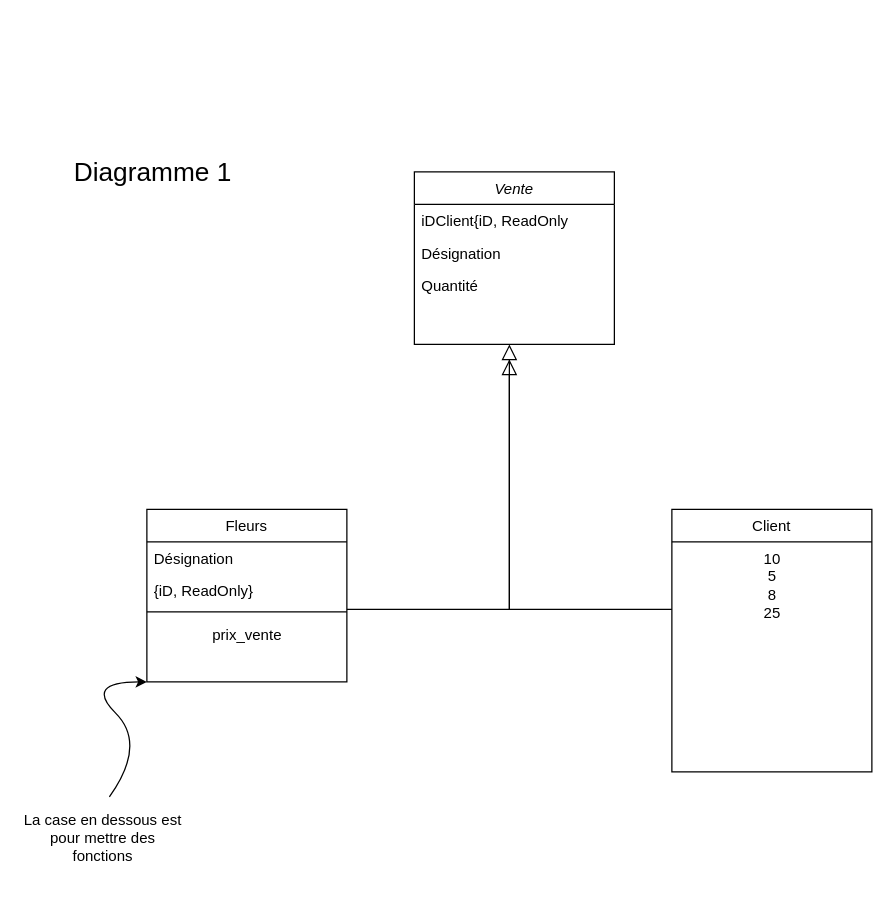
Above: Diagramme sans nom.drawio in LucasOtw/Site_Bonifacio (draw.io), before the change. Source tidied: cells renumbered, new cells numbered last; positions are measured from the earlier drawing's top-left corner, leaving out a move shared by most shapes. Both pictures are drawn from the tidied source at 125%, with x=0, y=0 at pixel (21, 21).
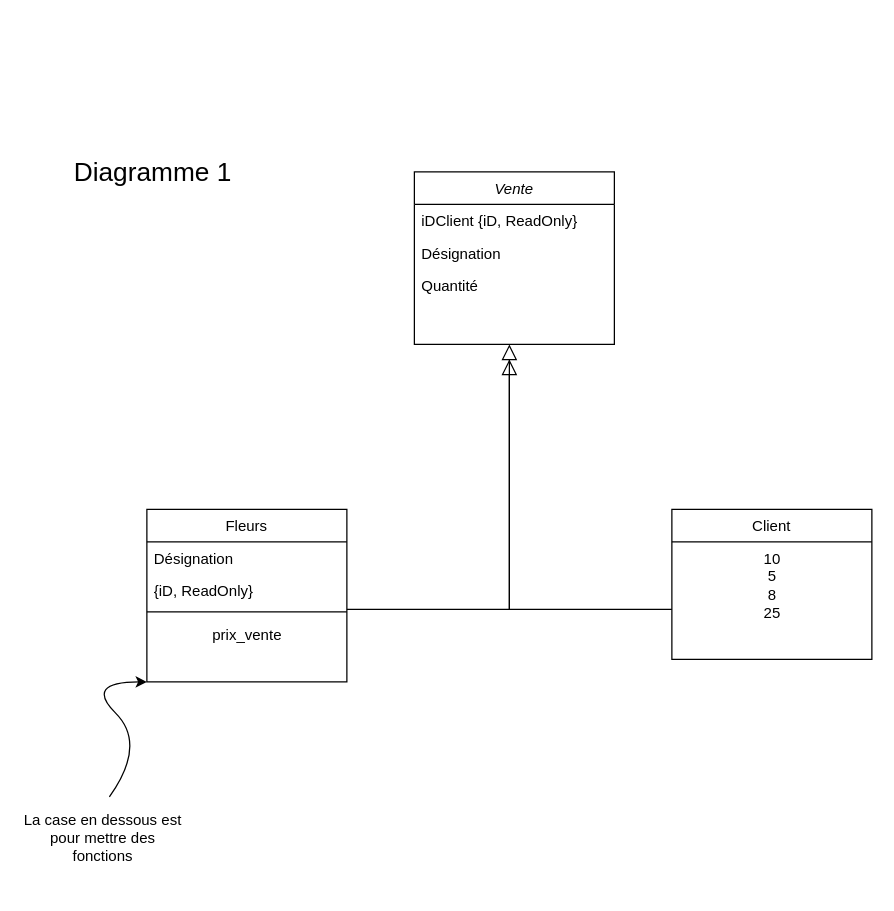
The same diagram, later.

Unchanged cells that the change refers to:
```xml
<mxCell id="2" value="Vente" style="swimlane;fontStyle=2;align=center;verticalAlign=top;horizontal=1;startSize=26;rounded=0;shadow=0;strokeWidth=1;" parent="1" vertex="1">
  <mxGeometry x="314" y="120" width="160" height="138" as="geometry" />
</mxCell>
```

The edit, as a diff of the source:
```diff
@@
-    <mxCell id="3" value="iDClient{iD, ReadOnly" style="text;align=left;verticalAlign=top;spacingLeft=4;spacingRight=4;overflow=hidden;" parent="2" vertex="1">
+    <mxCell id="3" value="iDClient {iD, ReadOnly}" style="text;align=left;verticalAlign=top;spacingLeft=4;spacingRight=4;overflow=hidden;" parent="2" vertex="1">
       <mxGeometry y="26" width="160" height="26" as="geometry" />
     </mxCell>
@@
     <mxCell id="12" value="Client" style="swimlane;fontStyle=0;align=center;verticalAlign=top;horizontal=1;startSize=26;rounded=0;shadow=0;strokeWidth=1;" parent="1" vertex="1">
-      <mxGeometry x="520" y="390" width="160" height="210" as="geometry" />
+      <mxGeometry x="520" y="390" width="160" height="120" as="geometry" />
     </mxCell>
```
